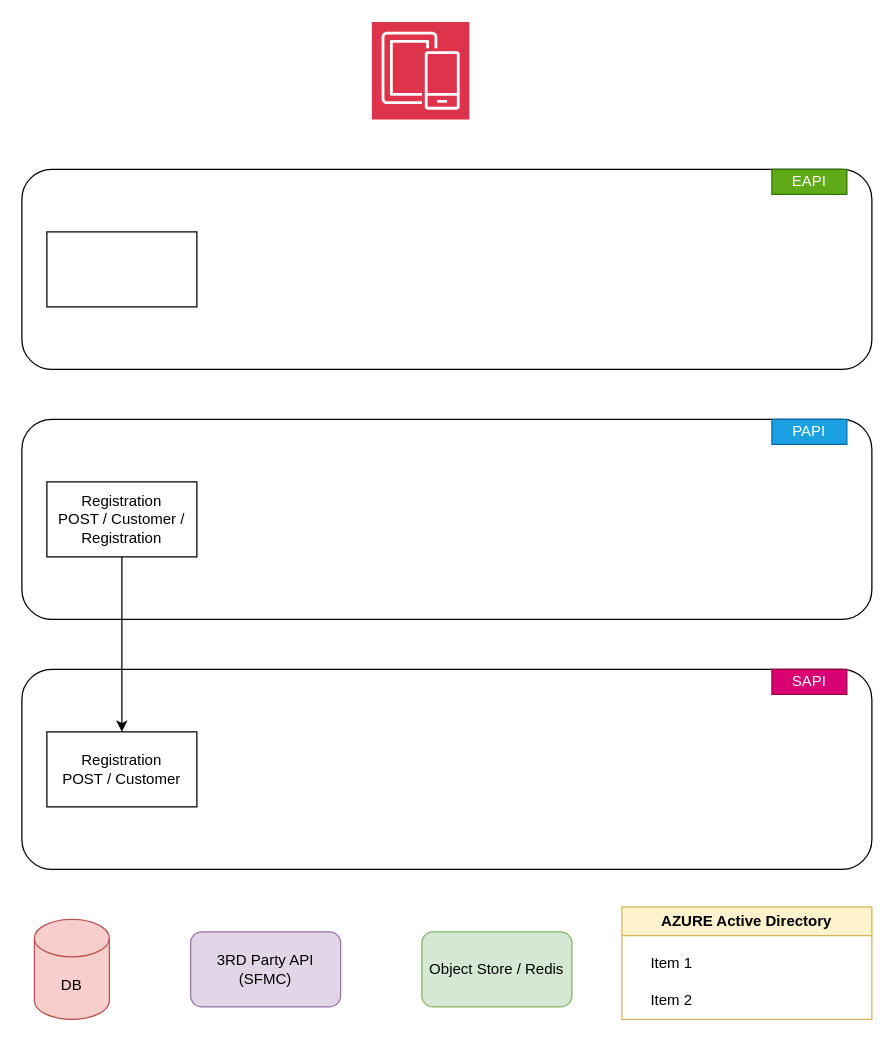
busugu2018/muleCustomerOnboarding keeps this draw.io diagram as APILandscapeDiagram.drawio. Above is the earlier version. Source tidied: cells renumbered, new cells numbered last; positions are measured from the earlier drawing's top-left corner, leaving out a move shared by most shapes. Both pictures are drawn from the tidied source at 125%, with x=0, y=0 at pixel (21, 21).
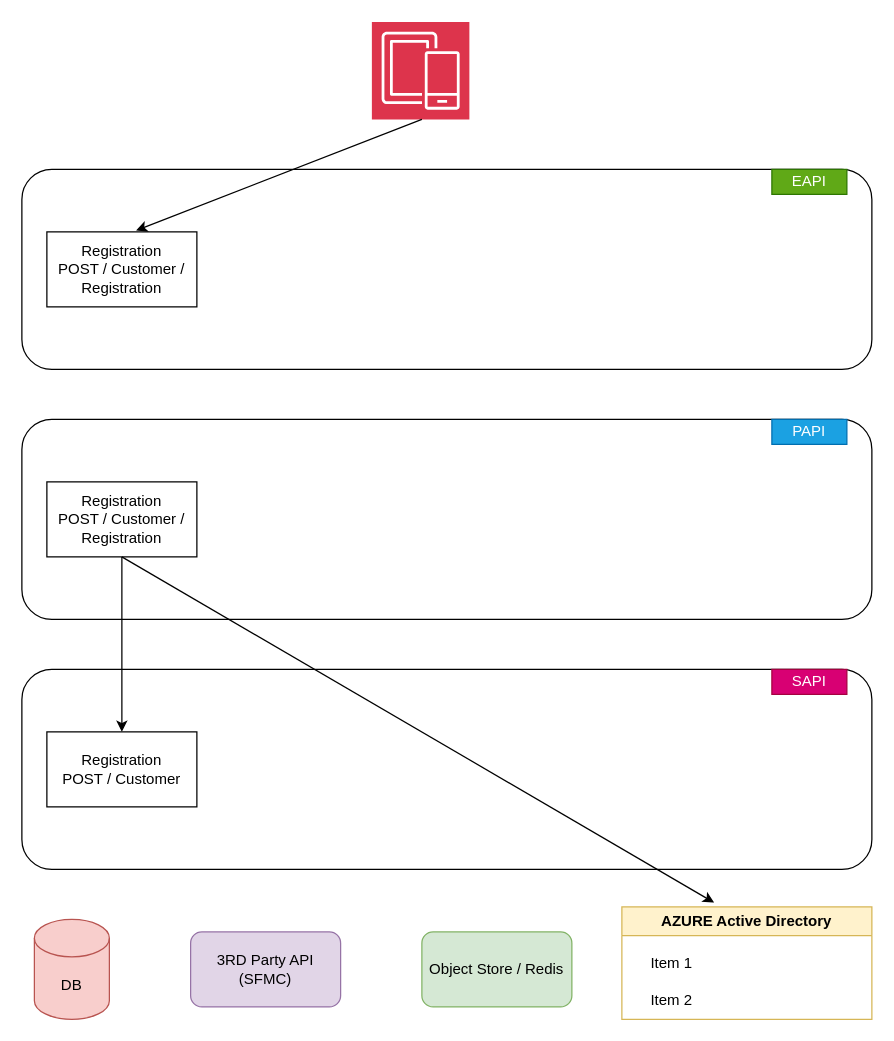
The same page after the edit.

Unchanged cells that the change refers to:
```xml
<mxCell id="8" value="AZURE Active Directory" style="swimlane;whiteSpace=wrap;html=1;fillColor=#fff2cc;strokeColor=#d6b656;" parent="1" vertex="1">
  <mxGeometry x="480" y="708" width="200" height="90" as="geometry" />
</mxCell>
```

Diff of the diagram source:
```diff
@@
-    <mxCell id="17" style="rounded=0;whiteSpace=wrap;html=1;" parent="1" vertex="1">
+    <mxCell id="17" value="Registration&lt;div&gt;POST / Customer / Registration&lt;/div&gt;" style="rounded=0;whiteSpace=wrap;html=1;" parent="1" vertex="1">
       <mxGeometry x="20" y="168" width="120" height="60" as="geometry" />
     </mxCell>
@@
+    <mxCell id="19" style="endArrow=classic;html=1;rounded=0;entryX=0.369;entryY=-0.038;entryDx=0;entryDy=0;entryPerimeter=0;" parent="1" edge="1" target="8">
+      <mxGeometry relative="1" as="geometry">
+        <mxPoint x="80" y="428" as="sourcePoint" />
+      </mxGeometry>
+    </mxCell>
+    <mxCell id="20" style="endArrow=classic;html=1;rounded=0;entryX=0.595;entryY=-0.018;entryDx=0;entryDy=0;entryPerimeter=0;" parent="1" edge="1" target="17">
+      <mxGeometry relative="1" as="geometry">
+        <mxPoint x="320" y="78" as="sourcePoint" />
+      </mxGeometry>
+    </mxCell>
```
